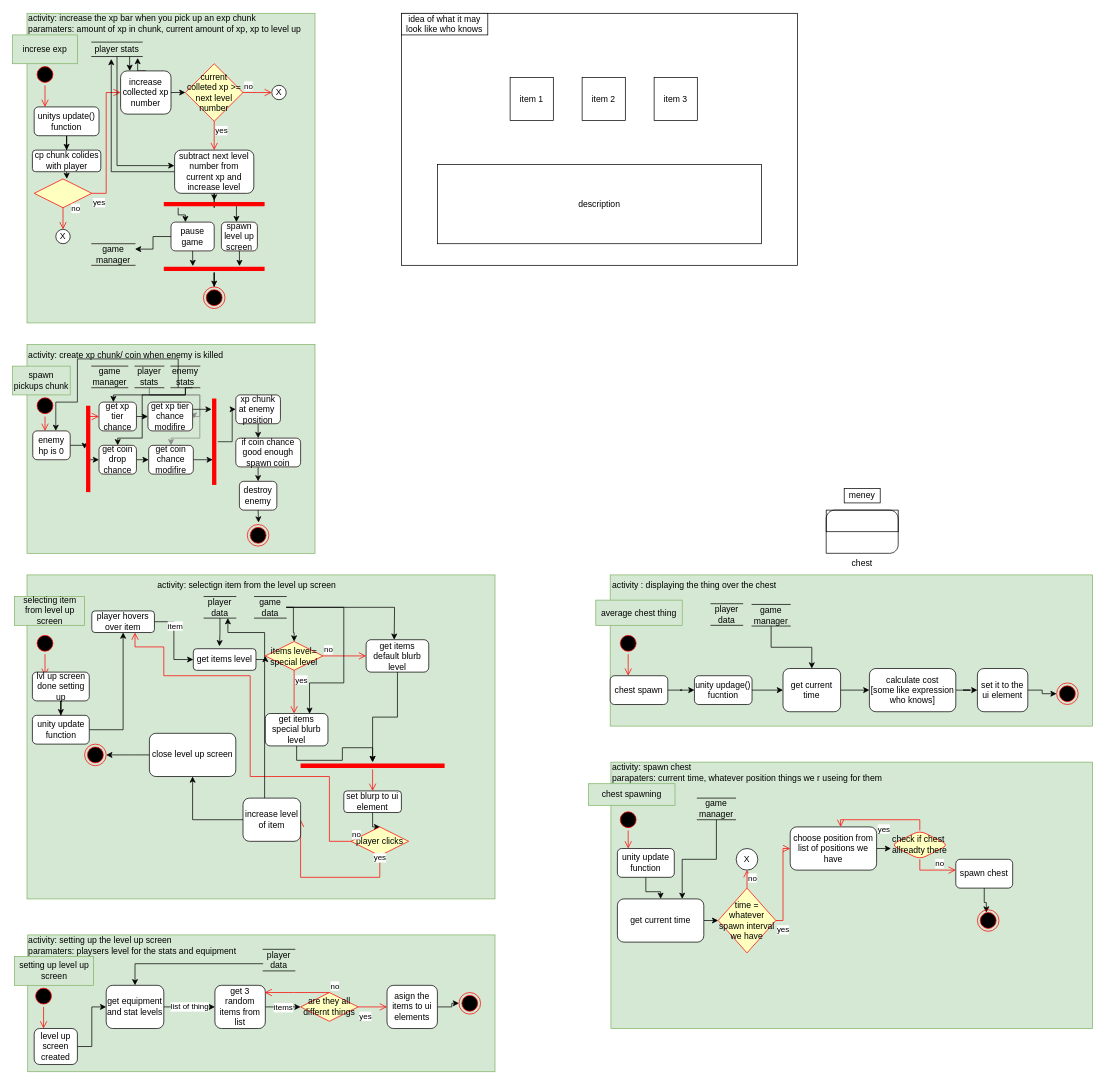
Earlier version of the draw.io diagram page "unlocking things" (3 of 3) of Documentation files/activity diagram.drawio (Ulibomber1/Middlespace-Survivor). Source tidied: cells renumbered, new cells numbered last; positions are measured from the earlier drawing's top-left corner, leaving out a move shared by most shapes. Both pictures are drawn from the tidied source at 72%, with x=0, y=0 at pixel (12, 12).
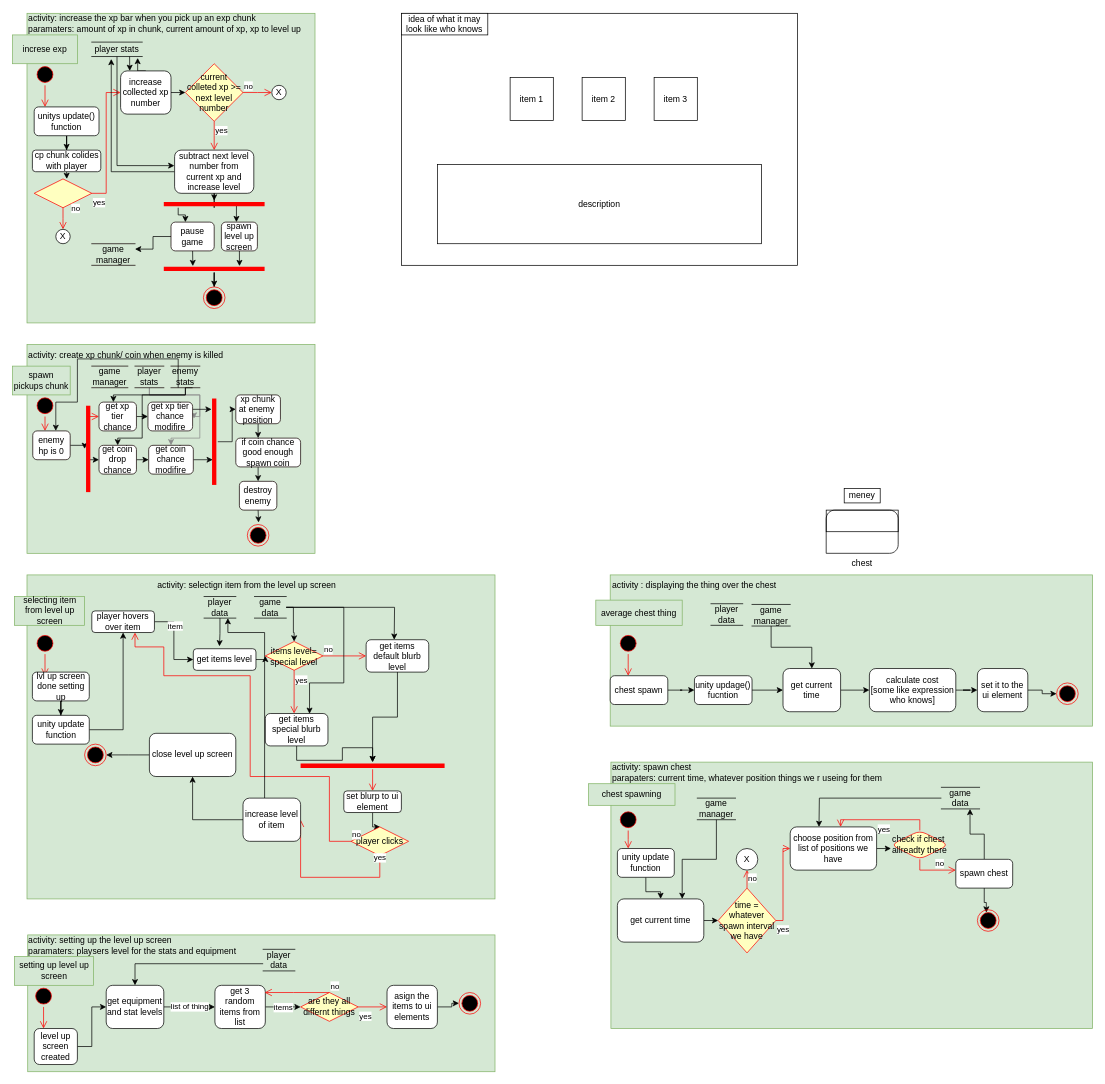
The same diagram, later.

Commit message (it also covers changes not shown here):
changes like 2 things

Unchanged cells that the change refers to:
```xml
<mxCell id="183" value="spawn chest" style="whiteSpace=wrap;html=1;rounded=1;" parent="1" vertex="1">
  <mxGeometry x="1310" y="1176" width="79" height="40" as="geometry" />
</mxCell>
```

Diff of the diagram source:
```diff
@@
+    <mxCell id="185" style="edgeStyle=orthogonalEdgeStyle;rounded=0;jettySize=auto;html=1;entryX=0.75;entryY=1;entryDx=0;entryDy=0;startArrow=none;startFill=0;endArrow=classic;endFill=1;" parent="1" edge="1" source="183" target="187">
+      <mxGeometry relative="1" as="geometry" />
+    </mxCell>
@@
+    <mxCell id="186" style="edgeStyle=orthogonalEdgeStyle;rounded=0;jettySize=auto;html=1;startArrow=none;startFill=0;endArrow=classic;endFill=1;" parent="1" edge="1" source="187">
+      <mxGeometry relative="1" as="geometry">
+        <mxPoint x="1120" y="1131" as="targetPoint" />
+      </mxGeometry>
+    </mxCell>
+    <mxCell id="187" value="game data" style="shape=partialRectangle;whiteSpace=wrap;html=1;left=0;right=0;fillColor=none;" parent="1" vertex="1">
+      <mxGeometry x="1290" y="1076" width="53" height="30" as="geometry" />
+    </mxCell>
```
